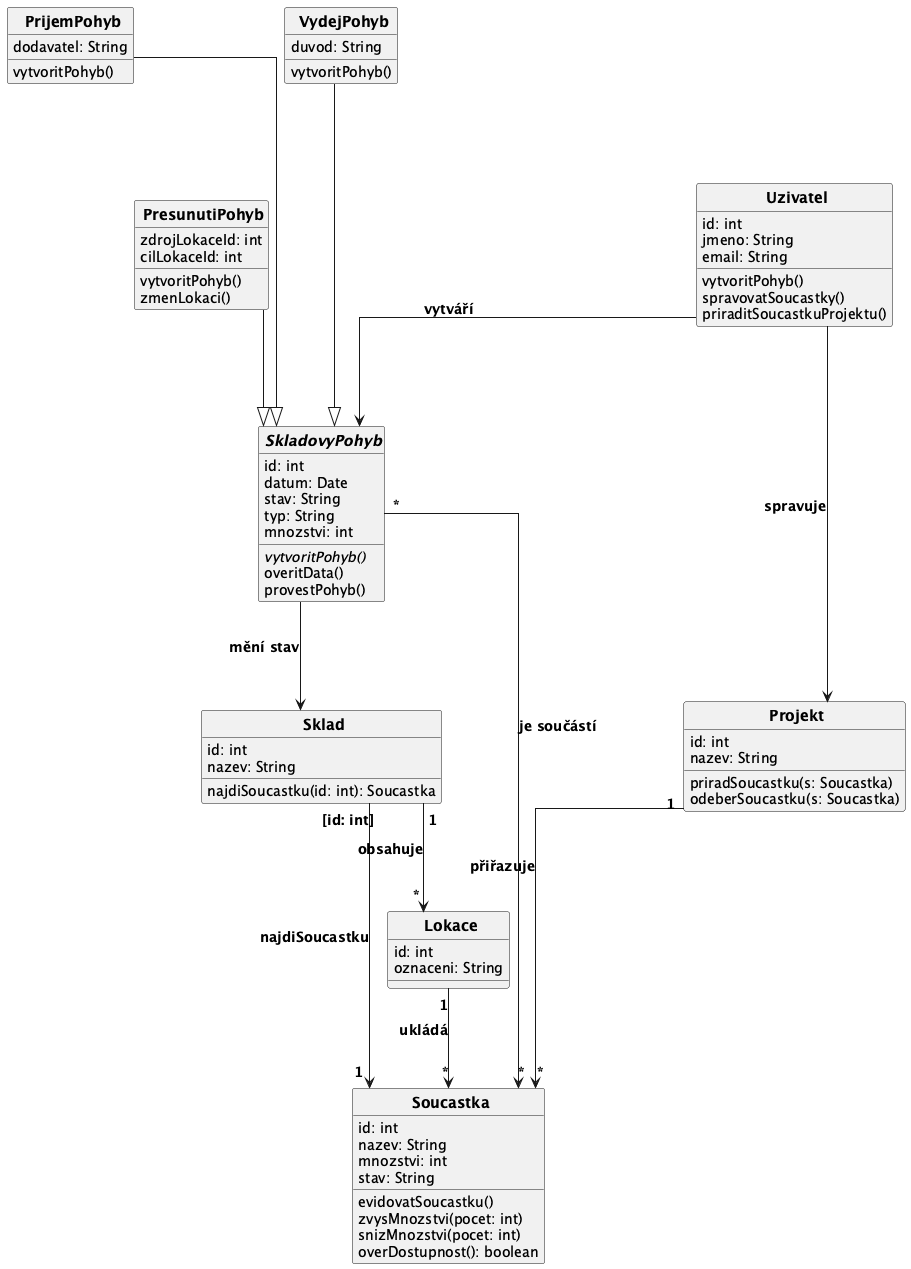
Before: docs/images/02_class_diagram.png, a diagram exported from PlantUML (lkvapil/wms-elektronicke-soucastky).
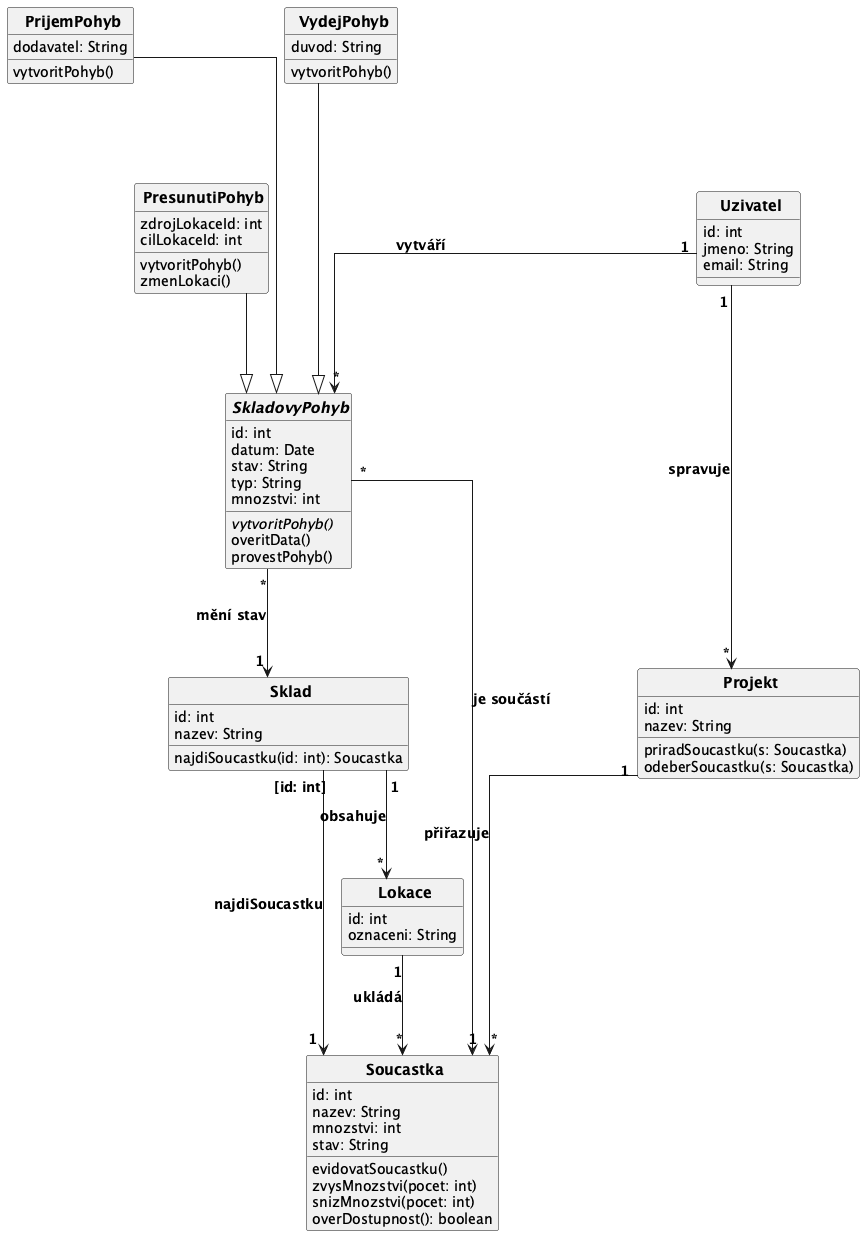
Above is the later version.

Commit message:
Class diagram – čistší design Uzivatel, opraveny multiplicity a popis vazeb

Diff of the diagram source:
```diff
@@ -15,9 +15,6 @@
   id: int
   jmeno: String
   email: String
-  vytvoritPohyb()
-  spravovatSoucastky()
-  priraditSoucastkuProjektu()
 }
 
 class Projekt {
@@ -84,13 +81,13 @@
 Sklad "[id: int]" --> "1" Soucastka : najdiSoucastku
 
 Projekt "1" --> "*" Soucastka : přiřazuje
-SkladovyPohyb "*" --> "*" Soucastka : je součástí
+SkladovyPohyb "*" --> "1" Soucastka : je součástí
 Sklad "1" --> "*" Lokace : obsahuje
 Lokace "1" --> "*" Soucastka : ukládá
-SkladovyPohyb --> Sklad : mění stav
+SkladovyPohyb "*" --> "1" Sklad : mění stav
 
-Uzivatel --> SkladovyPohyb : vytváří
-Uzivatel --> Projekt : spravuje
+Uzivatel "1" --> "*" SkladovyPohyb : vytváří
+Uzivatel "1" --> "*" Projekt : spravuje
 
 PrijemPohyb -[hidden]right- VydejPohyb
 VydejPohyb -[hidden]right- PresunutiPohyb
```
